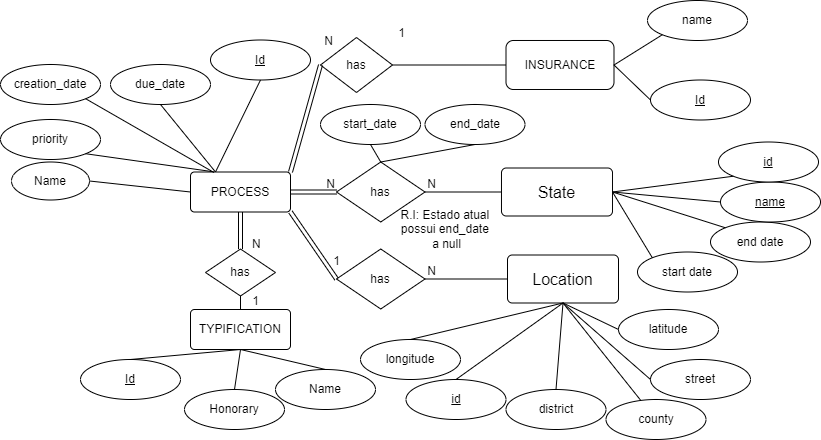
Before: Docs/fase-beta-relatorio/figures/entidades-processo-caracteristicas.png, a diagram exported from draw.io (Eduubez/IPW). Source tidied: cells renumbered, new cells last; positions are measured from the earlier drawing's top-left corner, leaving out a move shared by most shapes.
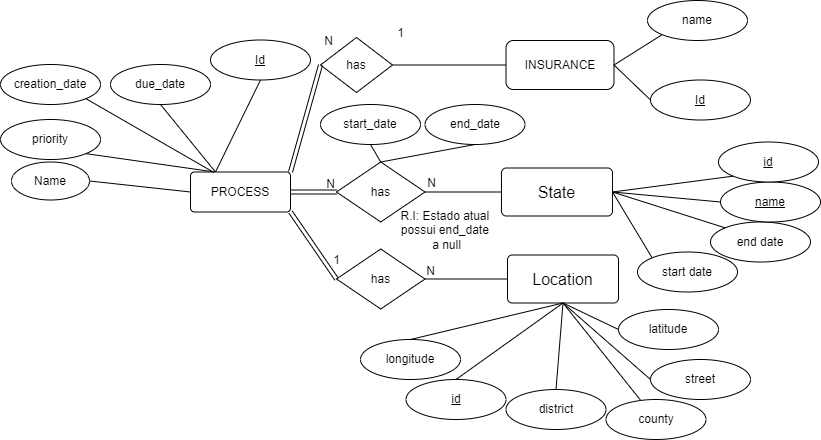
The same file after the commit.

What changed in the source:
```diff
@@ -169,44 +169,6 @@
     <mxCell id="54" style="endArrow=none;html=1;rounded=0;entryX=0;entryY=0.5;entryDx=0;entryDy=0;exitX=1;exitY=0.5;exitDx=0;exitDy=0;" parent="1" edge="1" source="14" target="52">
       <mxGeometry relative="1" as="geometry" />
     </mxCell>
-    <mxCell id="55" value="TYPIFICATION" style="rounded=1;arcSize=10;whiteSpace=wrap;html=1;align=center;" parent="1" vertex="1">
-      <mxGeometry x="190" y="309" width="100" height="40" as="geometry" />
-    </mxCell>
-    <mxCell id="56" value="has" style="shape=rhombus;perimeter=rhombusPerimeter;whiteSpace=wrap;html=1;align=center;rotation=0;" parent="1" vertex="1">
-      <mxGeometry x="205" y="248.5" width="70" height="47" as="geometry" />
-    </mxCell>
-    <mxCell id="57" style="endArrow=none;html=1;rounded=0;exitX=0.5;exitY=1;exitDx=0;exitDy=0;entryX=0.5;entryY=0;entryDx=0;entryDy=0;" parent="1" edge="1" source="56" target="55">
-      <mxGeometry relative="1" as="geometry" />
-    </mxCell>
-    <mxCell id="58" value="1" style="html=1;whiteSpace=wrap;align=right;verticalAlign=bottom;" parent="57" vertex="1">
-      <mxGeometry x="1" relative="1" as="geometry">
-        <mxPoint x="20" as="offset" />
-      </mxGeometry>
-    </mxCell>
-    <mxCell id="59" value="N" style="html=1;whiteSpace=wrap;align=left;verticalAlign=bottom;" parent="1" vertex="1">
-      <mxGeometry x="250" y="251.5" as="geometry" />
-    </mxCell>
-    <mxCell id="60" value="&lt;u&gt;Id&lt;/u&gt;" style="ellipse;whiteSpace=wrap;html=1;align=center;" parent="1" vertex="1">
-      <mxGeometry x="80" y="359" width="100" height="40" as="geometry" />
-    </mxCell>
-    <mxCell id="61" value="Name" style="ellipse;whiteSpace=wrap;html=1;align=center;" parent="1" vertex="1">
-      <mxGeometry x="275" y="369" width="100" height="40" as="geometry" />
-    </mxCell>
-    <mxCell id="62" value="Honorary" style="ellipse;whiteSpace=wrap;html=1;align=center;" parent="1" vertex="1">
-      <mxGeometry x="184" y="389" width="100" height="40" as="geometry" />
-    </mxCell>
-    <mxCell id="63" style="endArrow=none;html=1;rounded=0;exitX=0.5;exitY=0;exitDx=0;exitDy=0;entryX=0.5;entryY=1;entryDx=0;entryDy=0;" parent="1" edge="1" source="60" target="55">
-      <mxGeometry relative="1" as="geometry" />
-    </mxCell>
-    <mxCell id="64" style="endArrow=none;html=1;rounded=0;exitX=0.5;exitY=0;exitDx=0;exitDy=0;entryX=0.5;entryY=1;entryDx=0;entryDy=0;" parent="1" edge="1" source="61" target="55">
-      <mxGeometry relative="1" as="geometry" />
-    </mxCell>
-    <mxCell id="65" style="endArrow=none;html=1;rounded=0;exitX=0.5;exitY=0;exitDx=0;exitDy=0;entryX=0.5;entryY=1;entryDx=0;entryDy=0;" parent="1" edge="1" source="62" target="55">
-      <mxGeometry relative="1" as="geometry" />
-    </mxCell>
-    <mxCell id="66" style="shape=link;html=1;rounded=0;exitX=0.5;exitY=1;exitDx=0;exitDy=0;entryX=0.5;entryY=0;entryDx=0;entryDy=0;" parent="1" edge="1" source="11" target="56">
-      <mxGeometry relative="1" as="geometry" />
-    </mxCell>
     <mxCell id="67" value="start_date" style="ellipse;whiteSpace=wrap;html=1;align=center;" parent="1" vertex="1">
       <mxGeometry x="320" y="104" width="100" height="40" as="geometry" />
     </mxCell>
```
